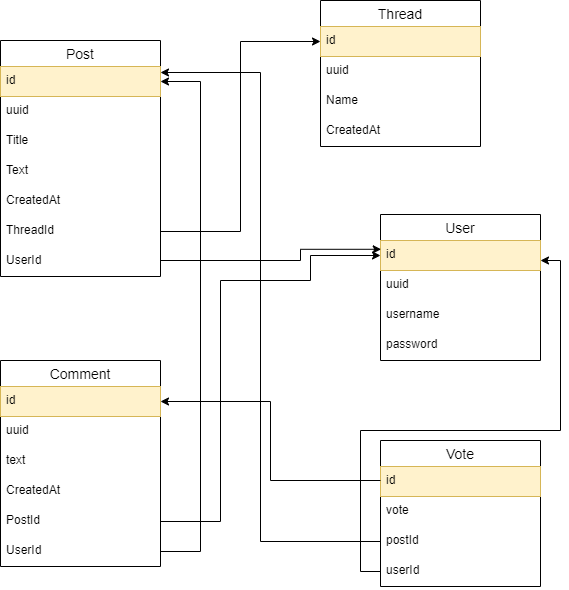
The draw.io diagram docs/db-schema.drawio.png in 3zbumban/php-reddit-clone, before a commit. Source tidied: cells renumbered, new cells last; positions are measured from the earlier drawing's top-left corner, leaving out a move shared by most shapes.
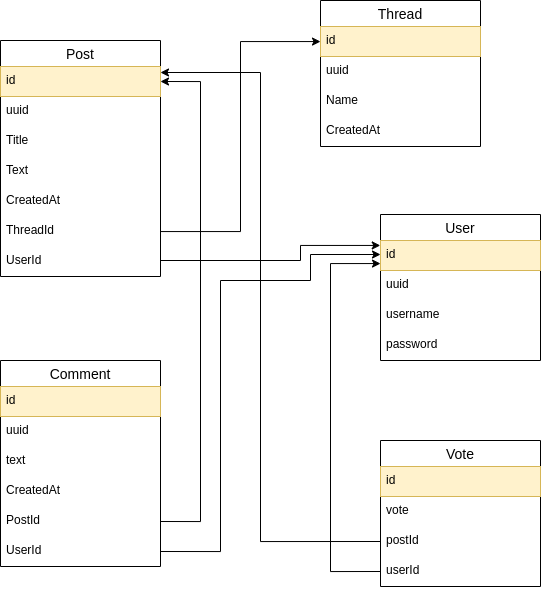
Above is the later version.

The edit, as a diff of the source:
```diff
@@ -77,30 +77,30 @@
     <mxCell id="26" value="UserId  " style="text;strokeColor=none;fillColor=none;spacingLeft=4;spacingRight=4;overflow=hidden;points=[[0,0.5],[1,0.5]];portConstraint=eastwest;fontSize=12;shadow=0;" parent="20" vertex="1">
       <mxGeometry y="176" width="160" height="30" as="geometry" />
     </mxCell>
-    <mxCell id="27" style="edgeStyle=orthogonalEdgeStyle;rounded=0;jettySize=auto;html=1;entryX=0.004;entryY=0.293;entryDx=0;entryDy=0;entryPerimeter=0;" parent="1" edge="1" target="16">
+    <mxCell id="27" style="edgeStyle=orthogonalEdgeStyle;rounded=0;jettySize=auto;html=1;entryX=-0.001;entryY=0.152;entryDx=0;entryDy=0;entryPerimeter=0;" parent="1" edge="1" target="16">
       <mxGeometry relative="1" as="geometry">
         <mxPoint x="160" y="260" as="sourcePoint" />
         <Array as="points">
           <mxPoint x="300" y="260" />
-          <mxPoint x="300" y="249" />
+          <mxPoint x="300" y="245" />
+          <mxPoint x="380" y="245" />
         </Array>
       </mxGeometry>
     </mxCell>
-    <mxCell id="28" style="edgeStyle=orthogonalEdgeStyle;rounded=0;jettySize=auto;html=1;exitX=1;exitY=0.5;exitDx=0;exitDy=0;entryX=0;entryY=0.5;entryDx=0;entryDy=0;" parent="1" edge="1" source="26" target="16">
+    <mxCell id="28" style="edgeStyle=orthogonalEdgeStyle;rounded=0;jettySize=auto;html=1;exitX=1;exitY=0.5;exitDx=0;exitDy=0;" parent="1" edge="1" source="26" target="16">
       <mxGeometry relative="1" as="geometry">
         <Array as="points">
-          <mxPoint x="220" y="521" />
+          <mxPoint x="220" y="551" />
           <mxPoint x="220" y="280" />
           <mxPoint x="310" y="280" />
-          <mxPoint x="310" y="255" />
+          <mxPoint x="310" y="254" />
         </Array>
       </mxGeometry>
     </mxCell>
     <mxCell id="29" style="edgeStyle=orthogonalEdgeStyle;rounded=0;jettySize=auto;html=1;exitX=1;exitY=0.5;exitDx=0;exitDy=0;entryX=1;entryY=0.5;entryDx=0;entryDy=0;" parent="1" edge="1" source="25" target="8">
       <mxGeometry relative="1" as="geometry">
         <Array as="points">
-          <mxPoint x="160" y="551" />
-          <mxPoint x="200" y="551" />
+          <mxPoint x="200" y="521" />
           <mxPoint x="200" y="81" />
         </Array>
       </mxGeometry>
@@ -123,15 +123,6 @@
     <mxCell id="35" value="userId" style="text;strokeColor=none;fillColor=none;spacingLeft=4;spacingRight=4;overflow=hidden;points=[[0,0.5],[1,0.5]];portConstraint=eastwest;fontSize=12;" parent="31" vertex="1">
       <mxGeometry y="116" width="160" height="30" as="geometry" />
     </mxCell>
-    <mxCell id="36" style="edgeStyle=orthogonalEdgeStyle;rounded=0;jettySize=auto;html=1;exitX=1;exitY=0.5;exitDx=0;exitDy=0;endArrow=none;endFill=0;startArrow=classic;startFill=1;" parent="1" edge="1" source="21">
-      <mxGeometry relative="1" as="geometry">
-        <mxPoint x="380" y="480" as="targetPoint" />
-        <Array as="points">
-          <mxPoint x="270" y="401" />
-          <mxPoint x="270" y="480" />
-        </Array>
-      </mxGeometry>
-    </mxCell>
     <mxCell id="37" style="edgeStyle=orthogonalEdgeStyle;rounded=0;jettySize=auto;html=1;exitX=1;exitY=0.2;exitDx=0;exitDy=0;entryX=0;entryY=0.5;entryDx=0;entryDy=0;endArrow=none;endFill=0;startArrow=classic;startFill=1;exitPerimeter=0;" parent="1" edge="1" source="8" target="34">
       <mxGeometry relative="1" as="geometry">
         <Array as="points">
@@ -140,16 +131,13 @@
         </Array>
       </mxGeometry>
     </mxCell>
-    <mxCell id="38" style="edgeStyle=orthogonalEdgeStyle;rounded=0;jettySize=auto;html=1;exitX=0;exitY=0.5;exitDx=0;exitDy=0;" parent="1" edge="1" source="35">
-      <mxGeometry relative="1" as="geometry">
-        <mxPoint x="540" y="260" as="targetPoint" />
-        <Array as="points">
-          <mxPoint x="360" y="571" />
-          <mxPoint x="360" y="430" />
-          <mxPoint x="560" y="430" />
-          <mxPoint x="560" y="260" />
-        </Array>
-      </mxGeometry>
-    </mxCell>
+    <mxCell id="39" style="edgeStyle=orthogonalEdgeStyle;rounded=0;jettySize=auto;html=1;exitX=0;exitY=0.5;exitDx=0;exitDy=0;" parent="1" edge="1" source="35" target="16">
+      <mxGeometry relative="1" as="geometry">
+        <Array as="points">
+          <mxPoint x="330" y="571" />
+          <mxPoint x="330" y="263" />
+        </Array>
+      </mxGeometry>
+    </mxCell>
   </root>
 </mxGraphModel>
```
